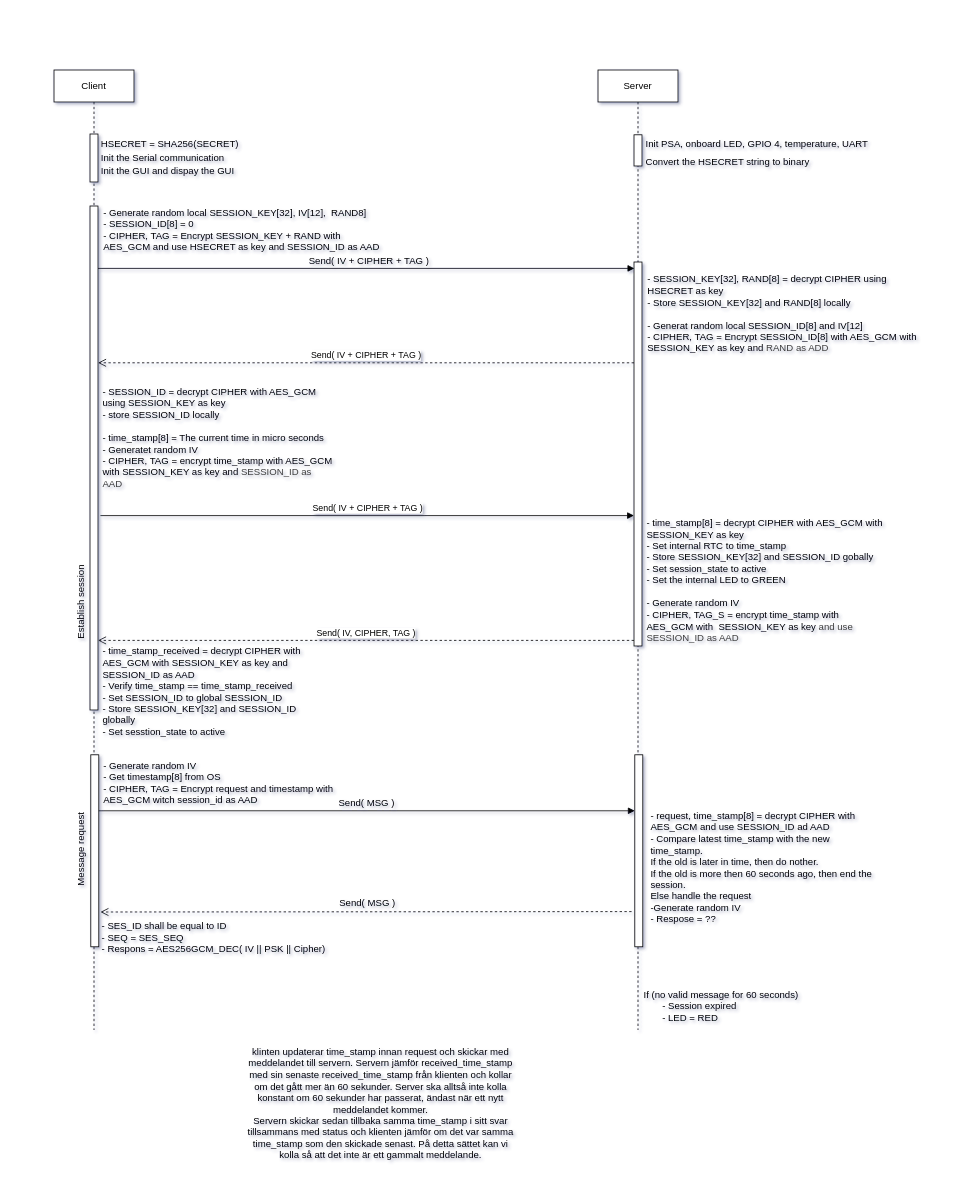
Before: Diagram/sequens_diagram.drawio in AlexanderKimfors/Exam_security, a draw.io diagram. Source tidied: cells renumbered, new cells numbered last; positions are measured from the earlier drawing's top-left corner, leaving out a move shared by most shapes. Both pictures are drawn from the tidied source at 80%, with x=0, y=0 at pixel (-314, 14).
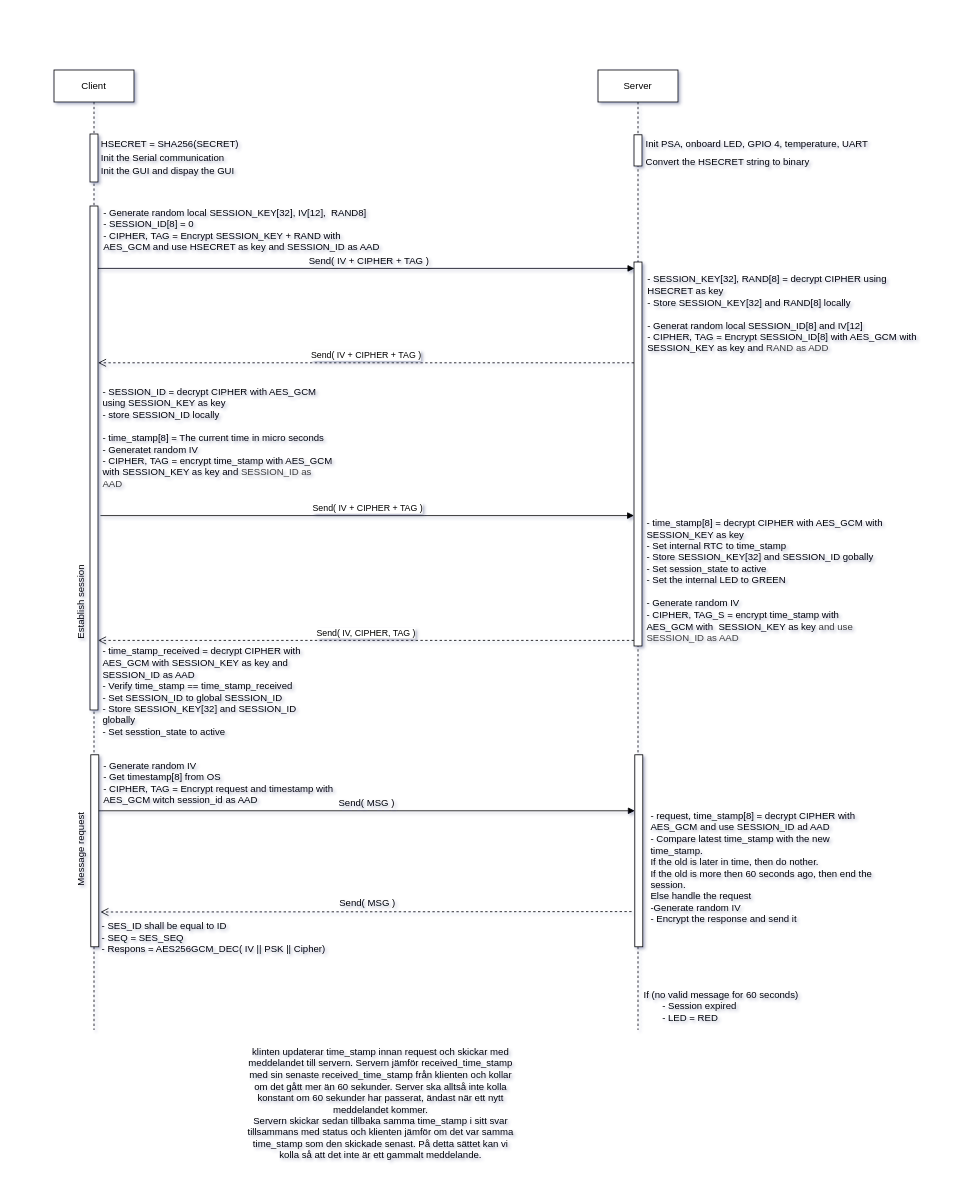
After the change.

What changed in the source:
```diff
@@
-    <mxCell id="18" value="- request, time_stamp[8] = decrypt CIPHER with AES_GCM and use SESSION_ID ad AAD&lt;div&gt;- Compare latest time_stamp with the new time_stamp.&amp;nbsp;&lt;/div&gt;&lt;div&gt;If the old is later in time, then do nother.&lt;/div&gt;&lt;div&gt;If the old is more then 60 seconds ago, then end the session.&lt;/div&gt;&lt;div&gt;Else handle the request&lt;/div&gt;&lt;div&gt;-Generate random IV&lt;/div&gt;&lt;div&gt;- Respose = ??&lt;/div&gt;" style="text;html=1;align=left;verticalAlign=middle;whiteSpace=wrap;rounded=0;" parent="1" vertex="1">
+    <mxCell id="18" value="- request, time_stamp[8] = decrypt CIPHER with AES_GCM and use SESSION_ID ad AAD&lt;div&gt;- Compare latest time_stamp with the new time_stamp.&amp;nbsp;&lt;/div&gt;&lt;div&gt;If the old is later in time, then do nother.&lt;/div&gt;&lt;div&gt;If the old is more then 60 seconds ago, then end the session.&lt;/div&gt;&lt;div&gt;Else handle the request&lt;/div&gt;&lt;div&gt;-Generate random IV&lt;/div&gt;&lt;div&gt;- Encrypt the response and send it&lt;/div&gt;" style="text;html=1;align=left;verticalAlign=middle;whiteSpace=wrap;rounded=0;" parent="1" vertex="1">
       <mxGeometry x="1204" y="997" width="290" height="140" as="geometry" />
     </mxCell>
```
